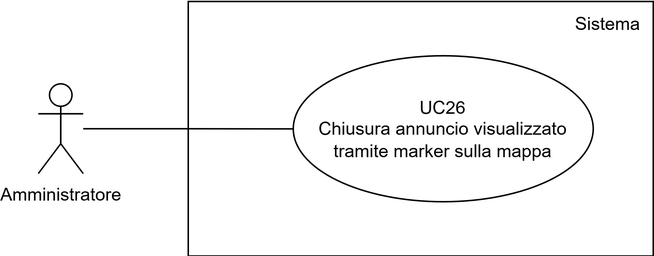
Before: assets/use_cases/UC26.png, a diagram exported from draw.io (SWEatUNIPD/docs). Source tidied: cells renumbered, new cells last; positions are measured from the earlier drawing's top-left corner, leaving out a move shared by most shapes.
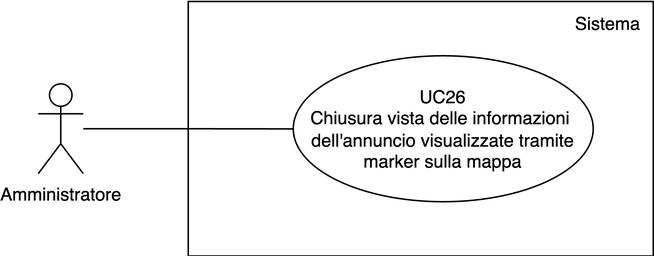
After the change.

The edit, as a diff of the source:
```diff
@@ -11,7 +11,7 @@
     <mxCell id="4" value="Amministratore" style="shape=umlActor;verticalLabelPosition=bottom;verticalAlign=top;html=1;outlineConnect=0;" parent="1" vertex="1">
       <mxGeometry y="55.5" width="30" height="60" as="geometry" />
     </mxCell>
-    <mxCell id="5" value="UC26&lt;div&gt;Chiusura annuncio visualizzato tramite marker sulla mappa&lt;/div&gt;" style="ellipse;whiteSpace=wrap;html=1;fillColor=none;" parent="1" vertex="1">
+    <mxCell id="5" value="UC26&lt;div&gt;Chiusura vista delle informazioni&amp;nbsp;&lt;/div&gt;&lt;div&gt;dell'annuncio visualizzate tramite marker sulla mappa&lt;/div&gt;" style="ellipse;whiteSpace=wrap;html=1;fillColor=none;" parent="1" vertex="1">
       <mxGeometry x="170" y="36.8" width="200" height="97.5" as="geometry" />
     </mxCell>
     <mxCell id="6" value="Sistema" style="text;html=1;align=center;verticalAlign=middle;whiteSpace=wrap;rounded=0;" parent="1" vertex="1">
```
